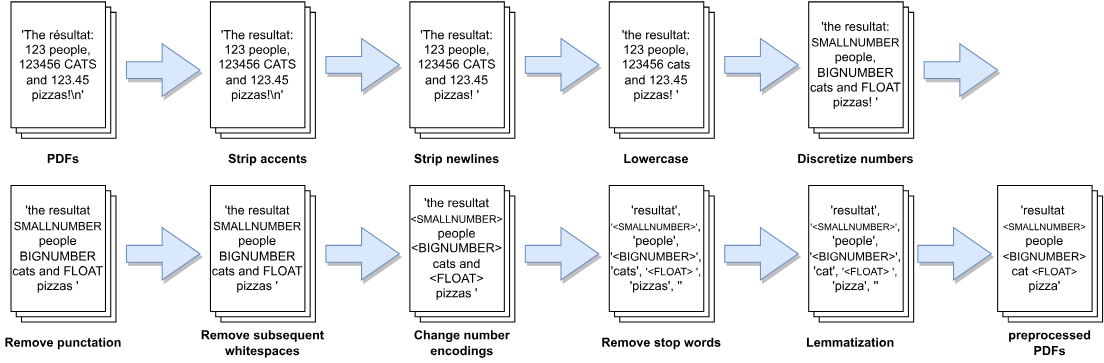
Above: images/embeddings/tfidf/TFIDF_preprocessing.svg in KlaraGtknst/bachelor-thesis (draw.io), before the change. Source tidied: cells renumbered, new cells last; positions are measured from the earlier drawing's top-left corner, leaving out a move shared by most shapes. Source of this version:
```xml
<mxGraphModel>
  <root>
    <mxCell id="0" />
    <mxCell id="1" parent="0" />
    <mxCell id="2" style="verticalLabelPosition=bottom;verticalAlign=top;html=1;shape=mxgraph.basic.layered_rect;dx=10;whiteSpace=wrap;" parent="1" vertex="1">
      <mxGeometry x="10" width="100" height="130" as="geometry" />
    </mxCell>
    <mxCell id="3" style="html=1;shadow=1;dashed=0;align=center;verticalAlign=middle;shape=mxgraph.arrows2.arrow;dy=0.68;dx=36;notch=0;fillColor=#dae8fc;strokeColor=#6c8ebf;" parent="1" vertex="1">
      <mxGeometry x="120" y="40" width="70" height="50" as="geometry" />
    </mxCell>
    <mxCell id="4" value="&lt;b&gt;PDFs&lt;/b&gt;" style="text;html=1;strokeColor=none;fillColor=none;align=center;verticalAlign=middle;whiteSpace=wrap;rounded=0;" parent="1" vertex="1">
      <mxGeometry x="30" y="135" width="60" height="30" as="geometry" />
    </mxCell>
    <mxCell id="5" value="&lt;b&gt;Strip accents&lt;br&gt;&lt;/b&gt;" style="text;html=1;strokeColor=none;fillColor=none;align=center;verticalAlign=middle;whiteSpace=wrap;rounded=0;" parent="1" vertex="1">
      <mxGeometry x="210" y="135" width="90" height="30" as="geometry" />
    </mxCell>
    <mxCell id="6" style="html=1;shadow=1;dashed=0;align=center;verticalAlign=middle;shape=mxgraph.arrows2.arrow;dy=0.68;dx=36;notch=0;fillColor=#dae8fc;strokeColor=#6c8ebf;" parent="1" vertex="1">
      <mxGeometry x="310" y="35" width="70" height="50" as="geometry" />
    </mxCell>
    <mxCell id="7" value="&lt;b&gt;Strip newlines&lt;br&gt;&lt;/b&gt;" style="text;html=1;strokeColor=none;fillColor=none;align=center;verticalAlign=middle;whiteSpace=wrap;rounded=0;" parent="1" vertex="1">
      <mxGeometry x="390" y="135" width="90" height="30" as="geometry" />
    </mxCell>
    <mxCell id="8" style="html=1;shadow=1;dashed=0;align=center;verticalAlign=middle;shape=mxgraph.arrows2.arrow;dy=0.68;dx=36;notch=0;fillColor=#dae8fc;strokeColor=#6c8ebf;" parent="1" vertex="1">
      <mxGeometry x="500" y="35" width="70" height="50" as="geometry" />
    </mxCell>
    <mxCell id="9" value="&lt;b&gt;Lowercase&lt;/b&gt;" style="text;html=1;strokeColor=none;fillColor=none;align=center;verticalAlign=middle;whiteSpace=wrap;rounded=0;" parent="1" vertex="1">
      <mxGeometry x="565" y="135" width="120" height="30" as="geometry" />
    </mxCell>
    <mxCell id="10" style="html=1;shadow=1;dashed=0;align=center;verticalAlign=middle;shape=mxgraph.arrows2.arrow;dy=0.68;dx=36;notch=0;fillColor=#dae8fc;strokeColor=#6c8ebf;" parent="1" vertex="1">
      <mxGeometry x="880" y="40" width="70" height="50" as="geometry" />
    </mxCell>
    <mxCell id="11" value="&lt;b&gt;Remove punctation&lt;br&gt;&lt;/b&gt;" style="text;html=1;strokeColor=none;fillColor=none;align=center;verticalAlign=middle;whiteSpace=wrap;rounded=0;" parent="1" vertex="1">
      <mxGeometry y="310" width="120" height="30" as="geometry" />
    </mxCell>
    <mxCell id="12" style="html=1;shadow=1;dashed=0;align=center;verticalAlign=middle;shape=mxgraph.arrows2.arrow;dy=0.68;dx=36;notch=0;fillColor=#dae8fc;strokeColor=#6c8ebf;" parent="1" vertex="1">
      <mxGeometry x="120" y="215" width="70" height="50" as="geometry" />
    </mxCell>
    <mxCell id="13" value="&lt;b&gt;Change number encodings&lt;br&gt;&lt;/b&gt;" style="text;html=1;strokeColor=none;fillColor=none;align=center;verticalAlign=middle;whiteSpace=wrap;rounded=0;" parent="1" vertex="1">
      <mxGeometry x="390" y="310" width="100" height="30" as="geometry" />
    </mxCell>
    <mxCell id="14" style="html=1;shadow=1;dashed=0;align=center;verticalAlign=middle;shape=mxgraph.arrows2.arrow;dy=0.68;dx=36;notch=0;fillColor=#dae8fc;strokeColor=#6c8ebf;" parent="1" vertex="1">
      <mxGeometry x="500" y="215" width="70" height="50" as="geometry" />
    </mxCell>
    <mxCell id="15" value="&lt;b&gt;Remove stop words&lt;br&gt;&lt;/b&gt;" style="text;html=1;strokeColor=none;fillColor=none;align=center;verticalAlign=middle;whiteSpace=wrap;rounded=0;" parent="1" vertex="1">
      <mxGeometry x="570" y="310" width="120" height="30" as="geometry" />
    </mxCell>
    <mxCell id="16" style="html=1;shadow=1;dashed=0;align=center;verticalAlign=middle;shape=mxgraph.arrows2.arrow;dy=0.68;dx=36;notch=0;fillColor=#dae8fc;strokeColor=#6c8ebf;" parent="1" vertex="1">
      <mxGeometry x="690" y="215" width="70" height="50" as="geometry" />
    </mxCell>
    <mxCell id="17" value="&lt;b&gt;Lemmatization&lt;/b&gt;" style="text;html=1;strokeColor=none;fillColor=none;align=center;verticalAlign=middle;whiteSpace=wrap;rounded=0;" parent="1" vertex="1">
      <mxGeometry x="760" y="310" width="100" height="30" as="geometry" />
    </mxCell>
    <mxCell id="18" style="verticalLabelPosition=bottom;verticalAlign=top;html=1;shape=mxgraph.basic.layered_rect;dx=10;whiteSpace=wrap;" parent="1" vertex="1">
      <mxGeometry x="950" y="175" width="100" height="130" as="geometry" />
    </mxCell>
    <mxCell id="19" value="&lt;b&gt;preprocessed PDFs&lt;/b&gt;" style="text;html=1;strokeColor=none;fillColor=none;align=center;verticalAlign=middle;whiteSpace=wrap;rounded=0;" parent="1" vertex="1">
      <mxGeometry x="950" y="310" width="100" height="30" as="geometry" />
    </mxCell>
    <mxCell id="20" style="html=1;shadow=1;dashed=0;align=center;verticalAlign=middle;shape=mxgraph.arrows2.arrow;dy=0.68;dx=36;notch=0;fillColor=#dae8fc;strokeColor=#6c8ebf;" parent="1" vertex="1">
      <mxGeometry x="874" y="215" width="70" height="50" as="geometry" />
    </mxCell>
    <mxCell id="21" value="'The résultat: 123 people, 123456 CATS and 123.45 pizzas!\n'" style="text;html=1;strokeColor=none;fillColor=none;align=center;verticalAlign=middle;whiteSpace=wrap;rounded=0;" parent="1" vertex="1">
      <mxGeometry x="10" width="90" height="120" as="geometry" />
    </mxCell>
    <mxCell id="22" style="verticalLabelPosition=bottom;verticalAlign=top;html=1;shape=mxgraph.basic.layered_rect;dx=10;whiteSpace=wrap;" parent="1" vertex="1">
      <mxGeometry x="200" width="100" height="130" as="geometry" />
    </mxCell>
    <mxCell id="23" style="verticalLabelPosition=bottom;verticalAlign=top;html=1;shape=mxgraph.basic.layered_rect;dx=10;whiteSpace=wrap;" parent="1" vertex="1">
      <mxGeometry x="390" width="100" height="130" as="geometry" />
    </mxCell>
    <mxCell id="24" style="verticalLabelPosition=bottom;verticalAlign=top;html=1;shape=mxgraph.basic.layered_rect;dx=10;whiteSpace=wrap;" parent="1" vertex="1">
      <mxGeometry x="580" width="100" height="130" as="geometry" />
    </mxCell>
    <mxCell id="25" style="verticalLabelPosition=bottom;verticalAlign=top;html=1;shape=mxgraph.basic.layered_rect;dx=10;whiteSpace=wrap;" parent="1" vertex="1">
      <mxGeometry x="10" y="175" width="100" height="130" as="geometry" />
    </mxCell>
    <mxCell id="26" style="verticalLabelPosition=bottom;verticalAlign=top;html=1;shape=mxgraph.basic.layered_rect;dx=10;whiteSpace=wrap;" parent="1" vertex="1">
      <mxGeometry x="390" y="175" width="100" height="130" as="geometry" />
    </mxCell>
    <mxCell id="27" style="verticalLabelPosition=bottom;verticalAlign=top;html=1;shape=mxgraph.basic.layered_rect;dx=10;whiteSpace=wrap;" parent="1" vertex="1">
      <mxGeometry x="580" y="175" width="100" height="130" as="geometry" />
    </mxCell>
    <mxCell id="28" style="verticalLabelPosition=bottom;verticalAlign=top;html=1;shape=mxgraph.basic.layered_rect;dx=10;whiteSpace=wrap;" parent="1" vertex="1">
      <mxGeometry x="770" y="175" width="100" height="130" as="geometry" />
    </mxCell>
    <mxCell id="29" value="'The resultat: 123 people, 123456 CATS and 123.45 pizzas!\n'" style="text;html=1;strokeColor=none;fillColor=none;align=center;verticalAlign=middle;whiteSpace=wrap;rounded=0;" parent="1" vertex="1">
      <mxGeometry x="200" width="90" height="120" as="geometry" />
    </mxCell>
    <mxCell id="30" value="'The resultat: 123 people, 123456 CATS and 123.45 pizzas! '" style="text;html=1;strokeColor=none;fillColor=none;align=center;verticalAlign=middle;whiteSpace=wrap;rounded=0;" parent="1" vertex="1">
      <mxGeometry x="390" width="90" height="120" as="geometry" />
    </mxCell>
    <mxCell id="31" value="'the resultat: 123 people, 123456 cats and 123.45 pizzas! '" style="text;html=1;strokeColor=none;fillColor=none;align=center;verticalAlign=middle;whiteSpace=wrap;rounded=0;" parent="1" vertex="1">
      <mxGeometry x="580" width="90" height="120" as="geometry" />
    </mxCell>
    <mxCell id="32" value="'the resultat &lt;font style=&quot;font-size: 11px;&quot;&gt;SMALLNUMBER&lt;/font&gt; people BIGNUMBER cats and FLOAT pizzas '" style="text;html=1;strokeColor=none;fillColor=none;align=center;verticalAlign=middle;whiteSpace=wrap;rounded=0;" parent="1" vertex="1">
      <mxGeometry x="10" y="175" width="90" height="120" as="geometry" />
    </mxCell>
    <mxCell id="33" value="'resultat', &lt;font style=&quot;font-size: 9px;&quot;&gt;'&lt;font style=&quot;font-size: 9px;&quot;&gt;&amp;lt;&lt;font style=&quot;font-size: 9px;&quot;&gt;SMALLNUMBER&lt;/font&gt;&amp;gt;&lt;/font&gt;'&lt;/font&gt;, 'people', &lt;font style=&quot;font-size: 11px;&quot;&gt;'&amp;lt;BIGNUMBER&amp;gt;'&lt;/font&gt;, 'cats', &lt;font style=&quot;font-size: 10px;&quot;&gt;'&amp;lt;FLOAT&amp;gt; '&lt;/font&gt;&lt;font style=&quot;font-size: 11px;&quot;&gt;,&lt;/font&gt; 'pizzas', ''" style="text;html=1;strokeColor=none;fillColor=none;align=center;verticalAlign=middle;whiteSpace=wrap;rounded=0;" parent="1" vertex="1">
      <mxGeometry x="580" y="175" width="90" height="120" as="geometry" />
    </mxCell>
    <mxCell id="34" value="'resultat', &lt;font style=&quot;font-size: 9px;&quot;&gt;'&lt;font style=&quot;font-size: 9px;&quot;&gt;&amp;lt;&lt;font style=&quot;font-size: 9px;&quot;&gt;SMALLNUMBER&lt;/font&gt;&amp;gt;&lt;/font&gt;'&lt;/font&gt;, 'people', &lt;font style=&quot;font-size: 11px;&quot;&gt;'&amp;lt;BIGNUMBER&amp;gt;'&lt;/font&gt;, 'cat', &lt;font style=&quot;font-size: 10px;&quot;&gt;'&amp;lt;FLOAT&amp;gt; '&lt;/font&gt;&lt;font style=&quot;font-size: 11px;&quot;&gt;,&lt;/font&gt; 'pizza', ''" style="text;html=1;strokeColor=none;fillColor=none;align=center;verticalAlign=middle;whiteSpace=wrap;rounded=0;" parent="1" vertex="1">
      <mxGeometry x="770" y="175" width="90" height="120" as="geometry" />
    </mxCell>
    <mxCell id="35" value="&lt;div align=&quot;center&quot;&gt;'resultat&amp;nbsp; &lt;font style=&quot;font-size: 9px;&quot;&gt;&lt;font style=&quot;font-size: 9px;&quot;&gt;&amp;lt;&lt;font style=&quot;font-size: 9px;&quot;&gt;SMALLNUMBER&lt;/font&gt;&amp;gt;&lt;/font&gt;&lt;/font&gt; people &lt;font style=&quot;font-size: 11px;&quot;&gt;&amp;lt;BIGNUMBER&amp;gt;&lt;/font&gt; cat&amp;nbsp;&lt;font style=&quot;font-size: 10px;&quot;&gt;&amp;lt;FLOAT&amp;gt;&lt;/font&gt; pizza'&lt;/div&gt;" style="text;html=1;strokeColor=none;fillColor=none;align=center;verticalAlign=middle;whiteSpace=wrap;rounded=0;" parent="1" vertex="1">
      <mxGeometry x="950" y="175" width="90" height="120" as="geometry" />
    </mxCell>
    <mxCell id="36" style="html=1;shadow=1;dashed=0;align=center;verticalAlign=middle;shape=mxgraph.arrows2.arrow;dy=0.68;dx=36;notch=0;fillColor=#dae8fc;strokeColor=#6c8ebf;" parent="1" vertex="1">
      <mxGeometry x="690" y="35" width="70" height="50" as="geometry" />
    </mxCell>
    <mxCell id="37" value="&lt;b&gt;Discretize numbers&lt;br&gt;&lt;/b&gt;" style="text;html=1;strokeColor=none;fillColor=none;align=center;verticalAlign=middle;whiteSpace=wrap;rounded=0;" parent="1" vertex="1">
      <mxGeometry x="755" y="135" width="120" height="30" as="geometry" />
    </mxCell>
    <mxCell id="38" style="verticalLabelPosition=bottom;verticalAlign=top;html=1;shape=mxgraph.basic.layered_rect;dx=10;whiteSpace=wrap;" parent="1" vertex="1">
      <mxGeometry x="770" width="100" height="130" as="geometry" />
    </mxCell>
    <mxCell id="39" value="'the resultat: &lt;font style=&quot;font-size: 11px;&quot;&gt;SMALLNUMBER&lt;/font&gt; people, BIGNUMBER cats and FLOAT pizzas! '" style="text;html=1;strokeColor=none;fillColor=none;align=center;verticalAlign=middle;whiteSpace=wrap;rounded=0;" parent="1" vertex="1">
      <mxGeometry x="770" width="90" height="120" as="geometry" />
    </mxCell>
    <mxCell id="40" value="&lt;b&gt;Remove subsequent whitespaces&lt;br&gt;&lt;/b&gt;" style="text;html=1;strokeColor=none;fillColor=none;align=center;verticalAlign=middle;whiteSpace=wrap;rounded=0;" parent="1" vertex="1">
      <mxGeometry x="190" y="310" width="120" height="30" as="geometry" />
    </mxCell>
    <mxCell id="41" style="html=1;shadow=1;dashed=0;align=center;verticalAlign=middle;shape=mxgraph.arrows2.arrow;dy=0.68;dx=36;notch=0;fillColor=#dae8fc;strokeColor=#6c8ebf;" parent="1" vertex="1">
      <mxGeometry x="310" y="215" width="70" height="50" as="geometry" />
    </mxCell>
    <mxCell id="42" style="verticalLabelPosition=bottom;verticalAlign=top;html=1;shape=mxgraph.basic.layered_rect;dx=10;whiteSpace=wrap;" parent="1" vertex="1">
      <mxGeometry x="200" y="175" width="100" height="130" as="geometry" />
    </mxCell>
    <mxCell id="43" value="'the resultat &lt;font style=&quot;font-size: 11px;&quot;&gt;SMALLNUMBER&lt;/font&gt; people BIGNUMBER cats and FLOAT pizzas '" style="text;html=1;strokeColor=none;fillColor=none;align=center;verticalAlign=middle;whiteSpace=wrap;rounded=0;" parent="1" vertex="1">
      <mxGeometry x="200" y="175" width="90" height="120" as="geometry" />
    </mxCell>
    <mxCell id="44" value="'the resultat &lt;font style=&quot;font-size: 10px;&quot;&gt;&amp;lt;&lt;font style=&quot;font-size: 10px;&quot;&gt;SMALLNUMBER&lt;/font&gt;&amp;gt;&lt;/font&gt; people &amp;lt;BIGNUMBER&amp;gt; cats and &amp;lt;FLOAT&amp;gt; pizzas '" style="text;html=1;strokeColor=none;fillColor=none;align=center;verticalAlign=middle;whiteSpace=wrap;rounded=0;" parent="1" vertex="1">
      <mxGeometry x="390" y="175" width="90" height="120" as="geometry" />
    </mxCell>
  </root>
</mxGraphModel>
```
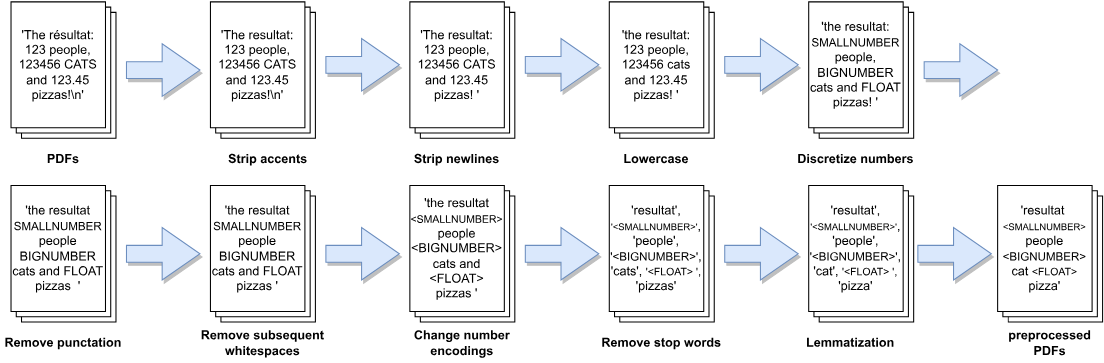
The same diagram one commit later.

The edit, as a diff of the source:
```diff
@@ -92,13 +92,13 @@
     <mxCell id="31" value="'the resultat: 123 people, 123456 cats and 123.45 pizzas! '" style="text;html=1;strokeColor=none;fillColor=none;align=center;verticalAlign=middle;whiteSpace=wrap;rounded=0;" parent="1" vertex="1">
       <mxGeometry x="580" width="90" height="120" as="geometry" />
     </mxCell>
-    <mxCell id="32" value="'the resultat &lt;font style=&quot;font-size: 11px;&quot;&gt;SMALLNUMBER&lt;/font&gt; people BIGNUMBER cats and FLOAT pizzas '" style="text;html=1;strokeColor=none;fillColor=none;align=center;verticalAlign=middle;whiteSpace=wrap;rounded=0;" parent="1" vertex="1">
+    <mxCell id="32" value="'the resultat &lt;font style=&quot;font-size: 11px;&quot;&gt;SMALLNUMBER&lt;/font&gt; people BIGNUMBER cats and FLOAT pizzas&amp;nbsp; '" style="text;html=1;strokeColor=none;fillColor=none;align=center;verticalAlign=middle;whiteSpace=wrap;rounded=0;" parent="1" vertex="1">
       <mxGeometry x="10" y="175" width="90" height="120" as="geometry" />
     </mxCell>
-    <mxCell id="33" value="'resultat', &lt;font style=&quot;font-size: 9px;&quot;&gt;'&lt;font style=&quot;font-size: 9px;&quot;&gt;&amp;lt;&lt;font style=&quot;font-size: 9px;&quot;&gt;SMALLNUMBER&lt;/font&gt;&amp;gt;&lt;/font&gt;'&lt;/font&gt;, 'people', &lt;font style=&quot;font-size: 11px;&quot;&gt;'&amp;lt;BIGNUMBER&amp;gt;'&lt;/font&gt;, 'cats', &lt;font style=&quot;font-size: 10px;&quot;&gt;'&amp;lt;FLOAT&amp;gt; '&lt;/font&gt;&lt;font style=&quot;font-size: 11px;&quot;&gt;,&lt;/font&gt; 'pizzas', ''" style="text;html=1;strokeColor=none;fillColor=none;align=center;verticalAlign=middle;whiteSpace=wrap;rounded=0;" parent="1" vertex="1">
+    <mxCell id="33" value="'resultat', &lt;font style=&quot;font-size: 9px;&quot;&gt;'&lt;font style=&quot;font-size: 9px;&quot;&gt;&amp;lt;&lt;font style=&quot;font-size: 9px;&quot;&gt;SMALLNUMBER&lt;/font&gt;&amp;gt;&lt;/font&gt;'&lt;/font&gt;, 'people', &lt;font style=&quot;font-size: 11px;&quot;&gt;'&amp;lt;BIGNUMBER&amp;gt;'&lt;/font&gt;, 'cats', &lt;font style=&quot;font-size: 10px;&quot;&gt;'&amp;lt;FLOAT&amp;gt; '&lt;/font&gt;&lt;font style=&quot;font-size: 11px;&quot;&gt;,&lt;/font&gt; 'pizzas'" style="text;html=1;strokeColor=none;fillColor=none;align=center;verticalAlign=middle;whiteSpace=wrap;rounded=0;" parent="1" vertex="1">
       <mxGeometry x="580" y="175" width="90" height="120" as="geometry" />
     </mxCell>
-    <mxCell id="34" value="'resultat', &lt;font style=&quot;font-size: 9px;&quot;&gt;'&lt;font style=&quot;font-size: 9px;&quot;&gt;&amp;lt;&lt;font style=&quot;font-size: 9px;&quot;&gt;SMALLNUMBER&lt;/font&gt;&amp;gt;&lt;/font&gt;'&lt;/font&gt;, 'people', &lt;font style=&quot;font-size: 11px;&quot;&gt;'&amp;lt;BIGNUMBER&amp;gt;'&lt;/font&gt;, 'cat', &lt;font style=&quot;font-size: 10px;&quot;&gt;'&amp;lt;FLOAT&amp;gt; '&lt;/font&gt;&lt;font style=&quot;font-size: 11px;&quot;&gt;,&lt;/font&gt; 'pizza', ''" style="text;html=1;strokeColor=none;fillColor=none;align=center;verticalAlign=middle;whiteSpace=wrap;rounded=0;" parent="1" vertex="1">
+    <mxCell id="34" value="'resultat', &lt;font style=&quot;font-size: 9px;&quot;&gt;'&lt;font style=&quot;font-size: 9px;&quot;&gt;&amp;lt;&lt;font style=&quot;font-size: 9px;&quot;&gt;SMALLNUMBER&lt;/font&gt;&amp;gt;&lt;/font&gt;'&lt;/font&gt;, 'people', &lt;font style=&quot;font-size: 11px;&quot;&gt;'&amp;lt;BIGNUMBER&amp;gt;'&lt;/font&gt;, 'cat', &lt;font style=&quot;font-size: 10px;&quot;&gt;'&amp;lt;FLOAT&amp;gt; '&lt;/font&gt;&lt;font style=&quot;font-size: 11px;&quot;&gt;,&lt;/font&gt; 'pizza'" style="text;html=1;strokeColor=none;fillColor=none;align=center;verticalAlign=middle;whiteSpace=wrap;rounded=0;" parent="1" vertex="1">
       <mxGeometry x="770" y="175" width="90" height="120" as="geometry" />
     </mxCell>
     <mxCell id="35" value="&lt;div align=&quot;center&quot;&gt;'resultat&amp;nbsp; &lt;font style=&quot;font-size: 9px;&quot;&gt;&lt;font style=&quot;font-size: 9px;&quot;&gt;&amp;lt;&lt;font style=&quot;font-size: 9px;&quot;&gt;SMALLNUMBER&lt;/font&gt;&amp;gt;&lt;/font&gt;&lt;/font&gt; people &lt;font style=&quot;font-size: 11px;&quot;&gt;&amp;lt;BIGNUMBER&amp;gt;&lt;/font&gt; cat&amp;nbsp;&lt;font style=&quot;font-size: 10px;&quot;&gt;&amp;lt;FLOAT&amp;gt;&lt;/font&gt; pizza'&lt;/div&gt;" style="text;html=1;strokeColor=none;fillColor=none;align=center;verticalAlign=middle;whiteSpace=wrap;rounded=0;" parent="1" vertex="1">
```
